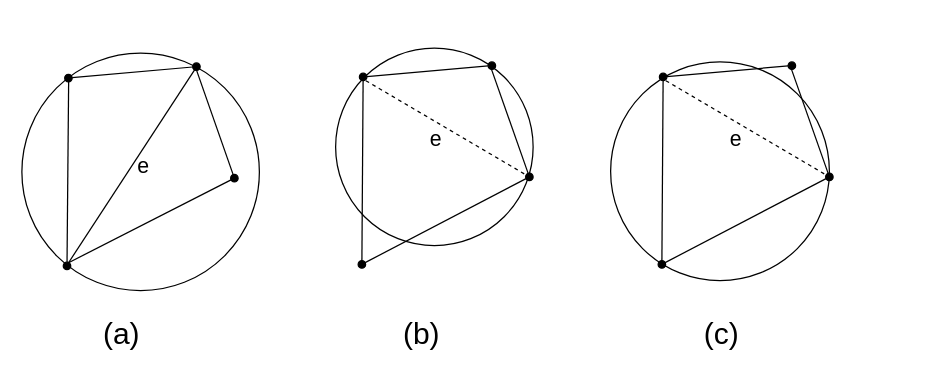
The draw.io diagram imgs/math_background_egs/delaunay_triangulation.drawio in afr13dman/senior-thesis, before the edit. Source tidied: cells renumbered, new cells numbered last; positions are measured from the earlier drawing's top-left corner, leaving out a move shared by most shapes. Both pictures are drawn from the tidied source at 125%, with x=0, y=0 at pixel (21, 48).
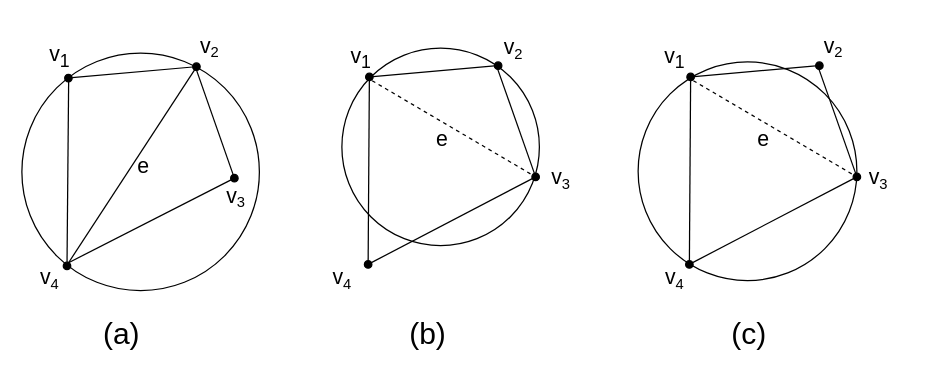
After the change.

Change to the diagram source:
```diff
@@
+    <mxCell id="25" value="&lt;font style=&quot;font-size: 24px;&quot;&gt;(a)&lt;/font&gt;" style="text;html=1;align=center;verticalAlign=middle;whiteSpace=wrap;rounded=0;" parent="1" vertex="1">
+      <mxGeometry x="50" y="214" width="60" height="30" as="geometry" />
+    </mxCell>
+    <mxCell id="28" value="&lt;font style=&quot;font-size: 17px;&quot;&gt;v&lt;sub&gt;1&lt;/sub&gt;&lt;/font&gt;" style="text;html=1;align=center;verticalAlign=middle;strokeColor=none;fillColor=none;" parent="1" vertex="1">
+      <mxGeometry x="10" y="-13" width="40" height="40" as="geometry" />
+    </mxCell>
+    <mxCell id="29" value="&lt;font style=&quot;font-size: 17px;&quot;&gt;v&lt;/font&gt;&lt;font style=&quot;font-size: 14.1667px;&quot;&gt;&lt;sub&gt;2&lt;/sub&gt;&lt;/font&gt;" style="text;html=1;align=center;verticalAlign=middle;strokeColor=none;fillColor=none;" parent="1" vertex="1">
+      <mxGeometry x="130" y="-21" width="40" height="40" as="geometry" />
+    </mxCell>
+    <mxCell id="30" value="&lt;font style=&quot;font-size: 17px;&quot;&gt;v&lt;/font&gt;&lt;font style=&quot;font-size: 14.1667px;&quot;&gt;&lt;sub&gt;3&lt;/sub&gt;&lt;/font&gt;" style="text;html=1;align=center;verticalAlign=middle;strokeColor=none;fillColor=none;" parent="1" vertex="1">
+      <mxGeometry x="151" y="99" width="40" height="40" as="geometry" />
+    </mxCell>
+    <mxCell id="31" value="&lt;font style=&quot;font-size: 17px;&quot;&gt;v&lt;/font&gt;&lt;font style=&quot;font-size: 14.1667px;&quot;&gt;&lt;sub&gt;3&lt;/sub&gt;&lt;/font&gt;" style="text;html=1;align=center;verticalAlign=middle;strokeColor=none;fillColor=none;" parent="1" vertex="1">
+      <mxGeometry x="665" y="84" width="40" height="40" as="geometry" />
+    </mxCell>
+    <mxCell id="32" value="&lt;font style=&quot;font-size: 17px;&quot;&gt;v&lt;/font&gt;&lt;font style=&quot;font-size: 14.1667px;&quot;&gt;&lt;sub&gt;4&lt;/sub&gt;&lt;/font&gt;" style="text;html=1;align=center;verticalAlign=middle;strokeColor=none;fillColor=none;" parent="1" vertex="1">
+      <mxGeometry x="2" y="164" width="40" height="40" as="geometry" />
+    </mxCell>
+    <mxCell id="33" style="group;" parent="1" vertex="1">
+      <mxGeometry x="236" y="-12" width="213" height="256" as="geometry" />
+    </mxCell>
+    <mxCell id="34" value="&lt;font style=&quot;font-size: 17px;&quot;&gt;v&lt;/font&gt;&lt;font style=&quot;font-size: 14.1667px;&quot;&gt;&lt;sub&gt;4&lt;/sub&gt;&lt;/font&gt;" style="text;html=1;align=center;verticalAlign=middle;strokeColor=none;fillColor=none;" parent="33" vertex="1">
+      <mxGeometry y="176" width="40" height="40" as="geometry" />
+    </mxCell>
+    <mxCell id="35" style="group;" parent="33" vertex="1">
+      <mxGeometry x="15" width="200" height="256" as="geometry" />
+    </mxCell>
-    <mxCell id="9" style="group;" parent="1" vertex="1">
-      <mxGeometry x="270" y="14" width="150" height="180" as="geometry" />
+    <mxCell id="9" style="group;" parent="35" vertex="1">
+      <mxGeometry x="24" y="26" width="150" height="180" as="geometry" />
     </mxCell>
@@
+    <mxCell id="36" value="&lt;font style=&quot;font-size: 17px;&quot;&gt;v&lt;/font&gt;&lt;font style=&quot;font-size: 14.1667px;&quot;&gt;&lt;sub&gt;2&lt;/sub&gt;&lt;/font&gt;" style="text;html=1;align=center;verticalAlign=middle;strokeColor=none;fillColor=none;" parent="9" vertex="1">
+      <mxGeometry x="98" y="-34" width="40" height="40" as="geometry" />
+    </mxCell>
+    <mxCell id="26" value="&lt;font style=&quot;font-size: 24px;&quot;&gt;(b&lt;/font&gt;&lt;span style=&quot;font-size: 24px; background-color: transparent; color: light-dark(rgb(0, 0, 0), rgb(255, 255, 255));&quot;&gt;)&lt;/span&gt;" style="text;html=1;align=center;verticalAlign=middle;whiteSpace=wrap;rounded=0;" parent="35" vertex="1">
+      <mxGeometry x="44" y="226" width="60" height="30" as="geometry" />
+    </mxCell>
+    <mxCell id="37" value="&lt;font style=&quot;font-size: 17px;&quot;&gt;v&lt;sub&gt;1&lt;/sub&gt;&lt;/font&gt;" style="text;html=1;align=center;verticalAlign=middle;strokeColor=none;fillColor=none;" parent="35" vertex="1">
+      <mxGeometry width="40" height="40" as="geometry" />
+    </mxCell>
+    <mxCell id="38" value="&lt;font style=&quot;font-size: 17px;&quot;&gt;v&lt;/font&gt;&lt;font style=&quot;font-size: 14.1667px;&quot;&gt;&lt;sub&gt;3&lt;/sub&gt;&lt;/font&gt;" style="text;html=1;align=center;verticalAlign=middle;strokeColor=none;fillColor=none;" parent="35" vertex="1">
+      <mxGeometry x="160" y="96" width="40" height="40" as="geometry" />
+    </mxCell>
+    <mxCell id="39" style="group;" parent="1" vertex="1">
+      <mxGeometry x="502" y="-21" width="180" height="265" as="geometry" />
+    </mxCell>
-    <mxCell id="17" style="group;" parent="1" vertex="1">
-      <mxGeometry x="510" y="14" width="150" height="180" as="geometry" />
+    <mxCell id="17" style="group;" parent="39" vertex="1">
+      <mxGeometry x="30" y="35" width="150" height="180" as="geometry" />
     </mxCell>
@@
-    <mxCell id="25" value="&lt;font style=&quot;font-size: 24px;&quot;&gt;(a)&lt;/font&gt;" style="text;html=1;align=center;verticalAlign=middle;whiteSpace=wrap;rounded=0;" parent="1" vertex="1">
-      <mxGeometry x="50" y="214" width="60" height="30" as="geometry" />
-    </mxCell>
-    <mxCell id="26" value="&lt;font style=&quot;font-size: 24px;&quot;&gt;(b&lt;/font&gt;&lt;span style=&quot;font-size: 24px; background-color: transparent; color: light-dark(rgb(0, 0, 0), rgb(255, 255, 255));&quot;&gt;)&lt;/span&gt;" style="text;html=1;align=center;verticalAlign=middle;whiteSpace=wrap;rounded=0;" parent="1" vertex="1">
-      <mxGeometry x="290" y="214" width="60" height="30" as="geometry" />
-    </mxCell>
-    <mxCell id="27" value="&lt;font style=&quot;font-size: 24px;&quot;&gt;(c)&lt;/font&gt;" style="text;html=1;align=center;verticalAlign=middle;whiteSpace=wrap;rounded=0;" parent="1" vertex="1">
-      <mxGeometry x="530" y="214" width="60" height="30" as="geometry" />
+    <mxCell id="27" value="&lt;font style=&quot;font-size: 24px;&quot;&gt;(c)&lt;/font&gt;" style="text;html=1;align=center;verticalAlign=middle;whiteSpace=wrap;rounded=0;" parent="39" vertex="1">
+      <mxGeometry x="50" y="235" width="60" height="30" as="geometry" />
     </mxCell>
+    <mxCell id="40" value="&lt;font style=&quot;font-size: 17px;&quot;&gt;v&lt;sub&gt;1&lt;/sub&gt;&lt;/font&gt;" style="text;html=1;align=center;verticalAlign=middle;strokeColor=none;fillColor=none;" parent="39" vertex="1">
+      <mxGeometry y="9" width="40" height="40" as="geometry" />
+    </mxCell>
+    <mxCell id="41" value="&lt;font style=&quot;font-size: 17px;&quot;&gt;v&lt;/font&gt;&lt;font style=&quot;font-size: 14.1667px;&quot;&gt;&lt;sub&gt;2&lt;/sub&gt;&lt;/font&gt;" style="text;html=1;align=center;verticalAlign=middle;strokeColor=none;fillColor=none;" parent="39" vertex="1">
+      <mxGeometry x="127" width="40" height="40" as="geometry" />
+    </mxCell>
+    <mxCell id="42" value="&lt;font style=&quot;font-size: 17px;&quot;&gt;v&lt;/font&gt;&lt;font style=&quot;font-size: 14.1667px;&quot;&gt;&lt;sub&gt;4&lt;/sub&gt;&lt;/font&gt;" style="text;html=1;align=center;verticalAlign=middle;strokeColor=none;fillColor=none;" parent="39" vertex="1">
+      <mxGeometry y="185" width="40" height="40" as="geometry" />
+    </mxCell>
```
